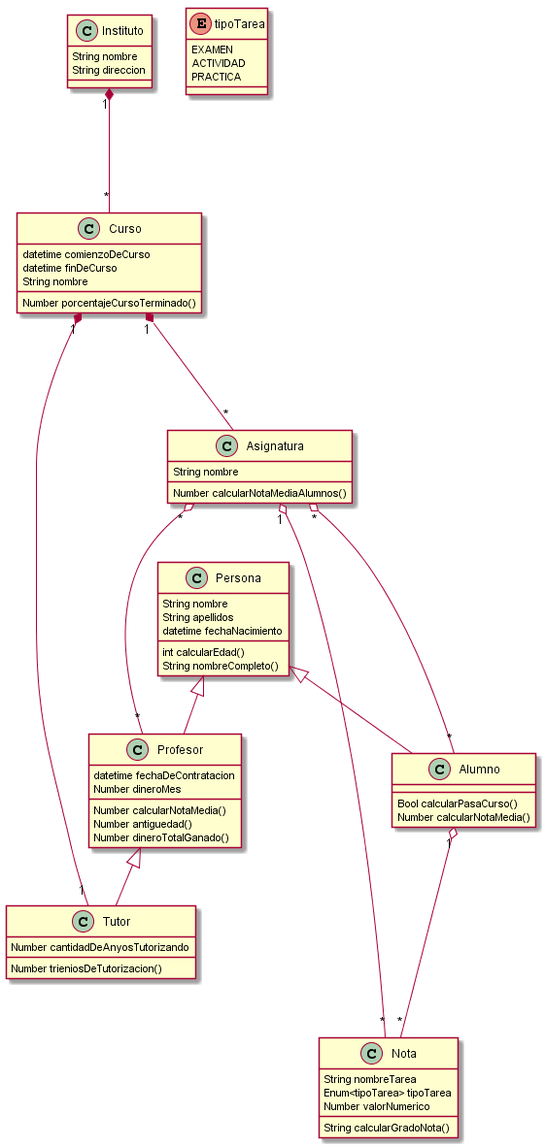
Above: uml/out/alandalus_pyc2/uml/DiagramaClases/DiagramaClases.png in manelme/alandalus_pyc2 (PlantUML), before the change.
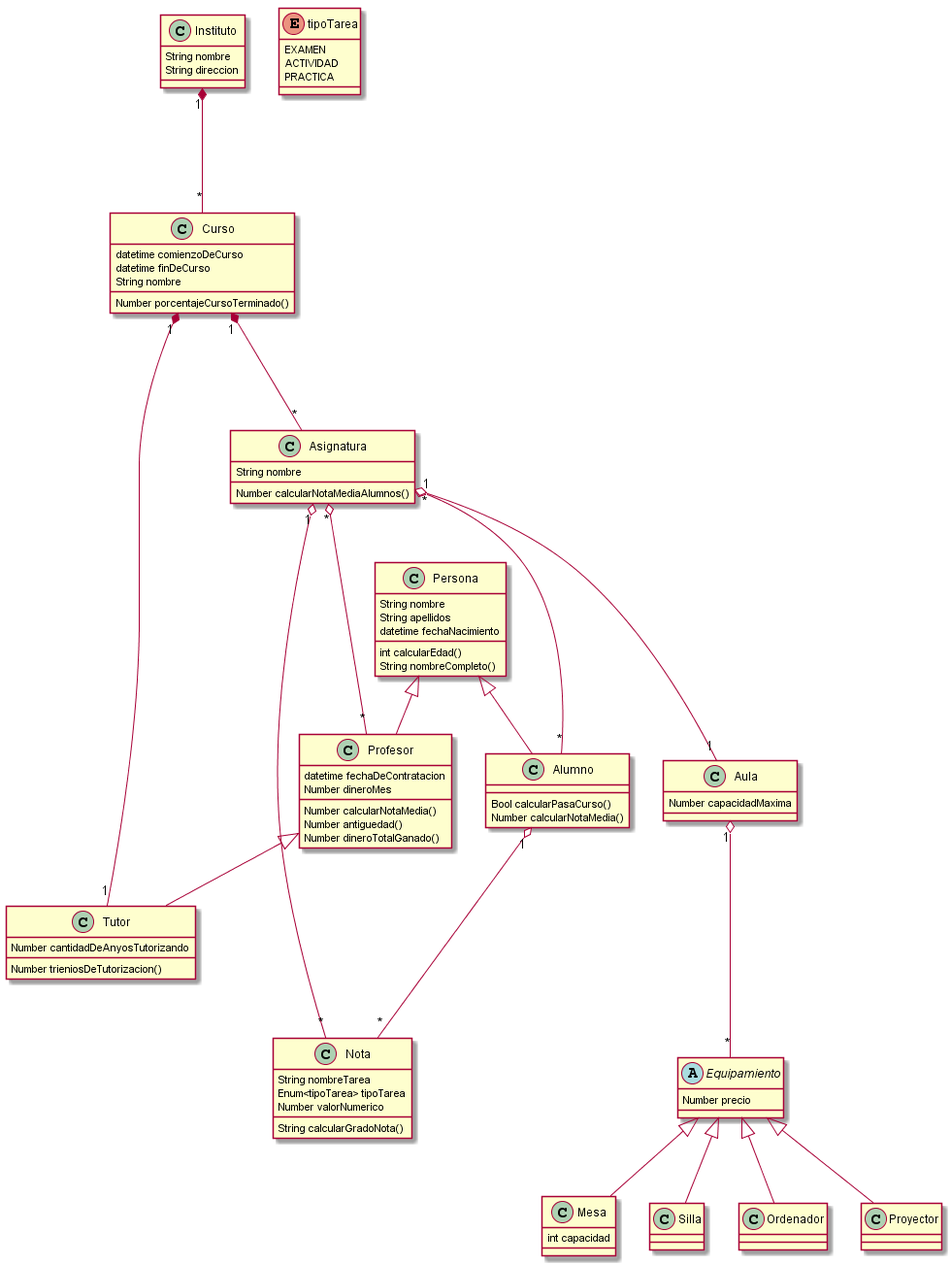
Later version of the same file.

Commit message:
modificaciones en diagrama de clases

Diff of the diagram source:
```diff
@@ -5,12 +5,19 @@
 Curso  "1" *--- "1" Tutor
 Asignatura "*" o--- "*" Profesor
 Asignatura "*" o--- "*" Alumno
+Asignatura "1" o--- "1" Aula
+Aula "1" o--- "*" Equipamiento
 Alumno "1" o--- "*" Nota
 Asignatura "1" o--- "*" Nota
 
 Persona <|-- Profesor
 Persona <|-- Alumno
 Profesor <|-- Tutor
+Equipamiento <|-- Mesa
+Equipamiento <|-- Silla
+Equipamiento <|-- Ordenador
+Equipamiento <|-- Proyector
+
 
 class Persona {
     String nombre
@@ -48,6 +55,10 @@
     String nombre
     Number porcentajeCursoTerminado()
 }
+class Aula {
+    Number capacidadMaxima
+
+}
 class Nota {
     String nombreTarea
     Enum<tipoTarea> tipoTarea
@@ -59,4 +70,13 @@
   ACTIVIDAD
   PRACTICA
 }
+abstract Equipamiento {
+    Number precio
+}
+class Mesa{
+    int capacidad
+}
+class Silla{
+
+}
 @enduml
```
